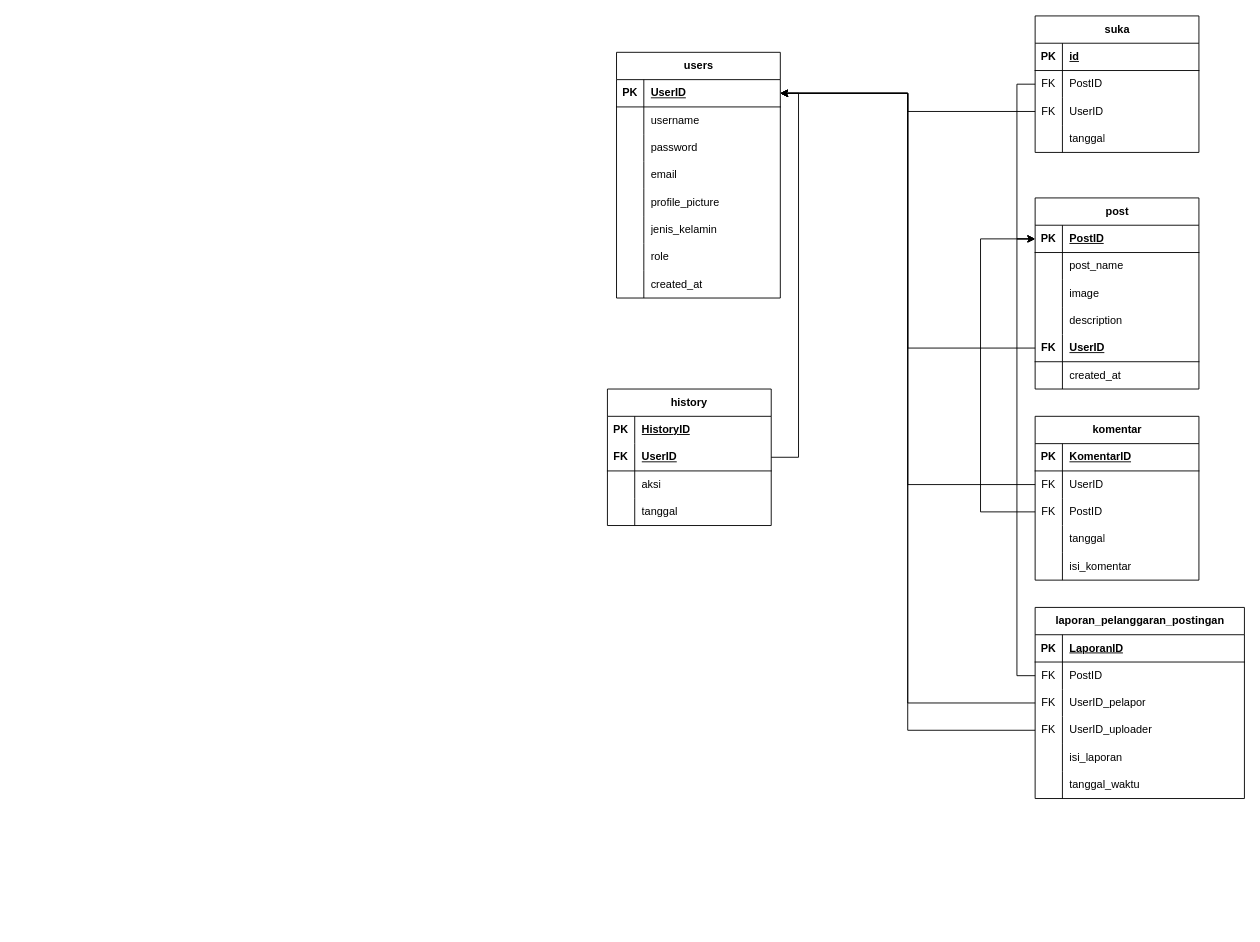
Before: .database/erd/mapping-erd.drawio in Aliezzar/tanikita, a draw.io diagram. Source tidied: cells renumbered, new cells numbered last; positions are measured from the earlier drawing's top-left corner, leaving out a move shared by most shapes. Both pictures are drawn from the tidied source at 91%, with x=0, y=0 at pixel (607, 15).
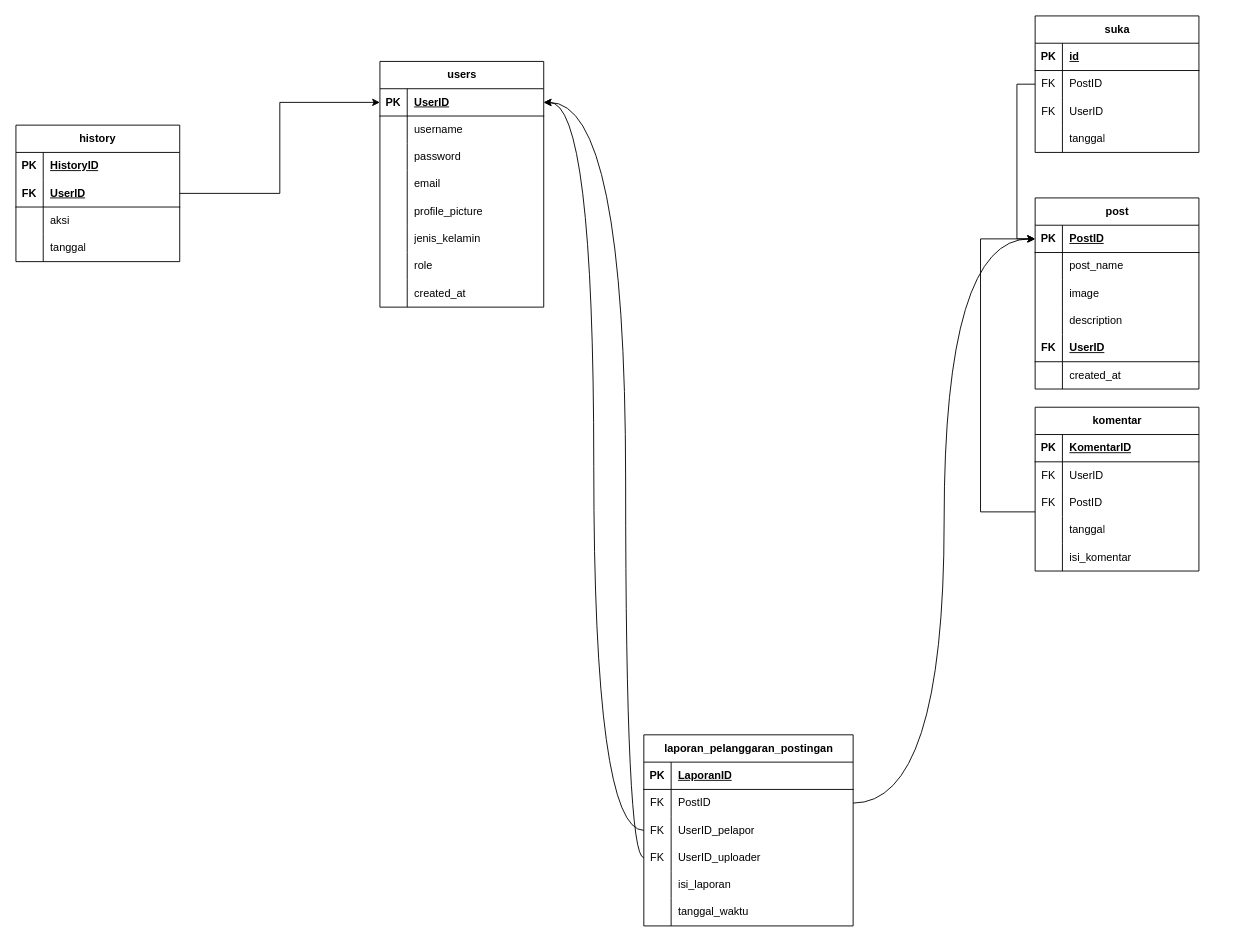
The same page after the edit.

The change refers to these unchanged cells:
```xml
<mxCell id="3" style="shape=tableRow;horizontal=0;startSize=0;swimlaneHead=0;swimlaneBody=0;fillColor=none;points=[[0,0.5],[1,0.5]];portConstraint=eastwest;top=0;left=0;right=0;bottom=1;" parent="2" vertex="1">
  <mxGeometry y="30" width="180" height="30" as="geometry" />
</mxCell>
<mxCell id="31" style="shape=tableRow;horizontal=0;startSize=0;swimlaneHead=0;swimlaneBody=0;fillColor=none;points=[[0,0.5],[1,0.5]];portConstraint=eastwest;top=0;left=0;right=0;bottom=1;html=1;" parent="27" vertex="1">
  <mxGeometry y="60" width="180" height="30" as="geometry" />
</mxCell>
<mxCell id="42" style="shape=tableRow;horizontal=0;startSize=0;swimlaneHead=0;swimlaneBody=0;fillColor=none;points=[[0,0.5],[1,0.5]];portConstraint=eastwest;top=0;left=0;right=0;bottom=1;" parent="41" vertex="1">
  <mxGeometry y="30" width="180" height="30" as="geometry" />
</mxCell>
<mxCell id="54" style="shape=tableRow;horizontal=0;startSize=0;swimlaneHead=0;swimlaneBody=0;fillColor=none;points=[[0,0.5],[1,0.5]];portConstraint=eastwest;top=0;left=0;right=0;bottom=1;" parent="41" vertex="1">
  <mxGeometry y="150" width="180" height="30" as="geometry" />
</mxCell>
<mxCell id="68" style="shape=tableRow;horizontal=0;startSize=0;swimlaneHead=0;swimlaneBody=0;fillColor=none;points=[[0,0.5],[1,0.5]];portConstraint=eastwest;top=0;left=0;right=0;bottom=0;" parent="61" vertex="1">
  <mxGeometry y="90" width="180" height="30" as="geometry" />
</mxCell>
<mxCell id="80" style="shape=tableRow;horizontal=0;startSize=0;swimlaneHead=0;swimlaneBody=0;fillColor=none;points=[[0,0.5],[1,0.5]];portConstraint=eastwest;top=0;left=0;right=0;bottom=0;" parent="76" vertex="1">
  <mxGeometry y="60" width="180" height="30" as="geometry" />
</mxCell>
<mxCell id="98" style="shape=tableRow;horizontal=0;startSize=0;swimlaneHead=0;swimlaneBody=0;fillColor=none;points=[[0,0.5],[1,0.5]];portConstraint=eastwest;top=0;left=0;right=0;bottom=0;" parent="94" vertex="1">
  <mxGeometry y="60" width="230" height="30" as="geometry" />
</mxCell>
<mxCell id="101" style="shape=tableRow;horizontal=0;startSize=0;swimlaneHead=0;swimlaneBody=0;fillColor=none;points=[[0,0.5],[1,0.5]];portConstraint=eastwest;top=0;left=0;right=0;bottom=0;" parent="94" vertex="1">
  <mxGeometry y="90" width="230" height="30" as="geometry" />
</mxCell>
<mxCell id="104" style="shape=tableRow;horizontal=0;startSize=0;swimlaneHead=0;swimlaneBody=0;fillColor=none;points=[[0,0.5],[1,0.5]];portConstraint=eastwest;top=0;left=0;right=0;bottom=0;" parent="94" vertex="1">
  <mxGeometry y="120" width="230" height="30" as="geometry" />
</mxCell>
```

Diff of the diagram source:
```diff
@@
     <mxCell id="2" value="users" style="shape=table;startSize=30;childLayout=tableLayout;rowLines=0;fontStyle=1;align=center;html=1;" parent="1" vertex="1">
-      <mxGeometry x="10" y="40" width="180" height="270" as="geometry" />
+      <mxGeometry x="-250" y="50" width="180" height="270" as="geometry" />
     </mxCell>
@@
     <mxCell id="27" value="history" style="shape=table;startSize=30;childLayout=tableLayout;rowLines=0;fontStyle=1;align=center;html=1;whiteSpace=wrap;" parent="1" vertex="1">
-      <mxGeometry y="410" width="180" height="150" as="geometry" />
+      <mxGeometry x="-650" y="120" width="180" height="150" as="geometry" />
     </mxCell>
@@
-    <mxCell id="40" style="edgeStyle=orthogonalEdgeStyle;rounded=0;jettySize=auto;html=1;entryX=1;entryY=0.5;entryDx=0;entryDy=0;" parent="1" edge="1" source="31" target="3">
-      <mxGeometry relative="1" as="geometry" />
-    </mxCell>
@@
-    <mxCell id="60" style="edgeStyle=orthogonalEdgeStyle;rounded=0;jettySize=auto;html=1;entryX=1;entryY=0.5;entryDx=0;entryDy=0;" parent="1" edge="1" source="54" target="3">
-      <mxGeometry relative="1" as="geometry" />
-    </mxCell>
@@
-    <mxCell id="75" style="edgeStyle=orthogonalEdgeStyle;rounded=0;jettySize=auto;html=1;entryX=1;entryY=0.5;entryDx=0;entryDy=0;" parent="1" edge="1" source="68" target="3">
-      <mxGeometry relative="1" as="geometry" />
-    </mxCell>
     <mxCell id="76" value="komentar" style="shape=table;startSize=30;childLayout=tableLayout;rowLines=0;fontStyle=1;align=center;html=1;" parent="1" vertex="1">
-      <mxGeometry x="470" y="440" width="180" height="180" as="geometry" />
+      <mxGeometry x="470" y="430" width="180" height="180" as="geometry" />
     </mxCell>
@@
-    <mxCell id="92" style="edgeStyle=orthogonalEdgeStyle;rounded=0;jettySize=auto;html=1;entryX=1;entryY=0.5;entryDx=0;entryDy=0;" parent="1" edge="1" source="80" target="3">
-      <mxGeometry relative="1" as="geometry" />
-    </mxCell>
@@
     <mxCell id="94" value="laporan_pelanggaran_postingan" style="shape=table;startSize=30;childLayout=tableLayout;rowLines=0;fontStyle=1;align=center;html=1;" parent="1" vertex="1">
-      <mxGeometry x="470" y="650" width="230" height="210" as="geometry" />
+      <mxGeometry x="40" y="790" width="230" height="210" as="geometry" />
     </mxCell>
@@
-    <mxCell id="113" style="edgeStyle=orthogonalEdgeStyle;rounded=0;jettySize=auto;html=1;entryX=0;entryY=0.5;entryDx=0;entryDy=0;" parent="1" edge="1" source="98" target="42">
+    <mxCell id="113" style="edgeStyle=orthogonalEdgeStyle;rounded=0;jettySize=auto;html=1;entryX=0;entryY=0.5;entryDx=0;entryDy=0;curved=1;" parent="1" edge="1" source="98" target="42">
       <mxGeometry relative="1" as="geometry" />
     </mxCell>
-    <mxCell id="114" style="edgeStyle=orthogonalEdgeStyle;rounded=0;jettySize=auto;html=1;entryX=1;entryY=0.5;entryDx=0;entryDy=0;" parent="1" edge="1" source="101" target="3">
+    <mxCell id="114" style="edgeStyle=orthogonalEdgeStyle;rounded=0;jettySize=auto;html=1;entryX=1;entryY=0.5;entryDx=0;entryDy=0;curved=1;" parent="1" edge="1" source="101" target="3">
       <mxGeometry relative="1" as="geometry" />
     </mxCell>
+    <mxCell id="40" style="edgeStyle=orthogonalEdgeStyle;rounded=0;jettySize=auto;html=1;entryX=0;entryY=0.5;entryDx=0;entryDy=0;" parent="1" edge="1" source="31" target="3">
+      <mxGeometry relative="1" as="geometry" />
+    </mxCell>
-    <mxCell id="115" style="edgeStyle=orthogonalEdgeStyle;rounded=0;jettySize=auto;html=1;entryX=1;entryY=0.5;entryDx=0;entryDy=0;" parent="1" edge="1" source="104" target="3">
-      <mxGeometry relative="1" as="geometry" />
+    <mxCell id="115" style="edgeStyle=orthogonalEdgeStyle;rounded=0;jettySize=auto;html=1;entryX=1;entryY=0.5;entryDx=0;entryDy=0;curved=1;" parent="1" edge="1" source="104" target="3">
+      <mxGeometry relative="1" as="geometry">
+        <Array as="points">
+          <mxPoint x="20" y="925" />
+          <mxPoint x="20" y="95" />
+        </Array>
+      </mxGeometry>
     </mxCell>
```
